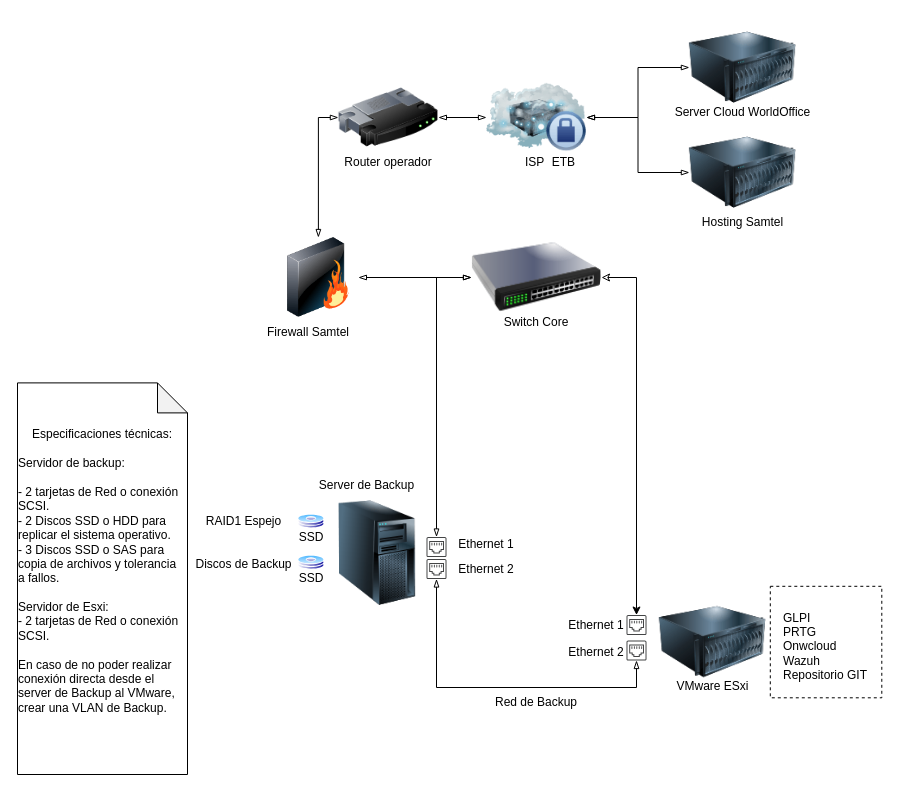
Before: Diagrama sin título.drawio in CodeTechNews/Prototipo, a draw.io diagram. Source tidied: cells renumbered, new cells numbered last; positions are measured from the earlier drawing's top-left corner, leaving out a move shared by most shapes. Both pictures are drawn from the tidied source at 100%, with x=0, y=0 at pixel (17, 17).
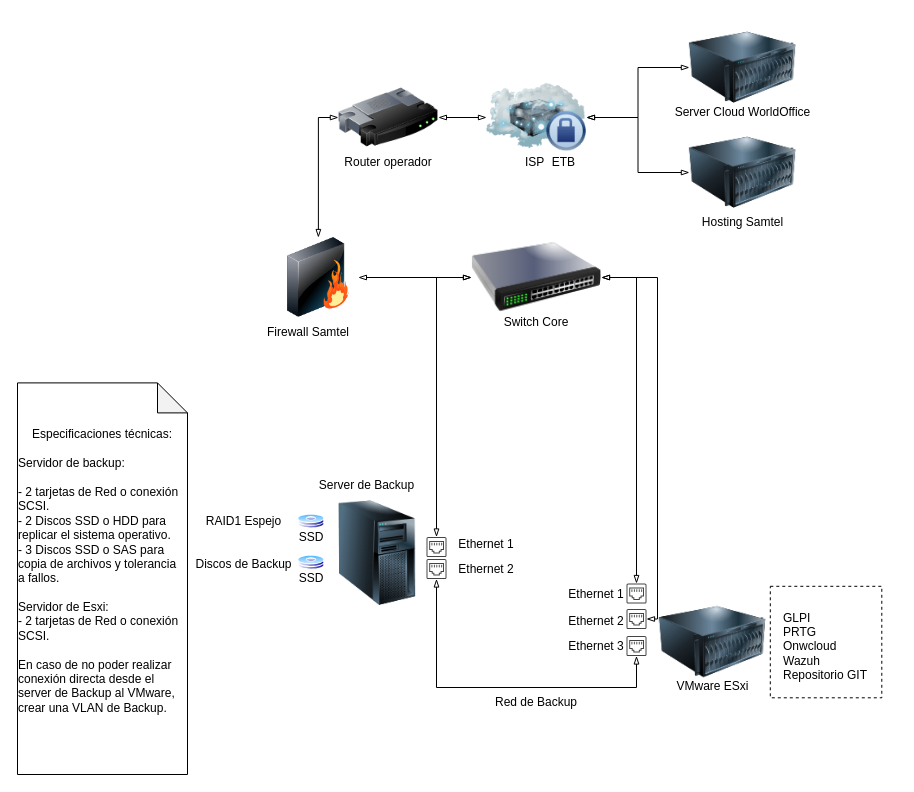
After the change.

The change refers to these unchanged cells:
```xml
<mxCell id="4" style="sketch=0;shadow=0;dashed=0;html=1;strokeColor=none;fillColor=#434445;labelPosition=center;verticalLabelPosition=bottom;verticalAlign=top;align=center;outlineConnect=0;shape=mxgraph.vvd.ethernet_port;" parent="1" vertex="1">
  <mxGeometry x="409" y="541.5" width="20" height="20" as="geometry" />
</mxCell>
<mxCell id="32" style="image;html=1;image=img/lib/clip_art/networking/Switch_128x128.png;" parent="1" vertex="1">
  <mxGeometry x="454" y="210" width="130" height="100" as="geometry" />
</mxCell>
```

Change to the diagram source:
```diff
@@
-    <mxCell id="3" style="edgeStyle=orthogonalEdgeStyle;rounded=0;jettySize=auto;html=1;startArrow=blockThin;startFill=0;endArrow=blockThin;endFill=0;" parent="1" edge="1" source="4" target="6">
+    <mxCell id="3" style="edgeStyle=orthogonalEdgeStyle;rounded=0;jettySize=auto;html=1;startArrow=blockThin;startFill=0;endArrow=blockThin;endFill=0;" parent="1" edge="1" source="4" target="45">
       <mxGeometry relative="1" as="geometry">
         <Array as="points">
           <mxPoint x="419" y="670" />
           <mxPoint x="619" y="670" />
         </Array>
       </mxGeometry>
     </mxCell>
@@
     <mxCell id="5" style="sketch=0;shadow=0;dashed=0;html=1;strokeColor=none;fillColor=#434445;labelPosition=center;verticalLabelPosition=bottom;verticalAlign=top;align=center;outlineConnect=0;shape=mxgraph.vvd.ethernet_port;" parent="1" vertex="1">
-      <mxGeometry x="609" y="597.5" width="20" height="20" as="geometry" />
+      <mxGeometry x="609" y="566" width="20" height="20" as="geometry" />
     </mxCell>
+    <mxCell id="44" style="edgeStyle=orthogonalEdgeStyle;rounded=0;jettySize=auto;html=1;entryX=1;entryY=0.5;entryDx=0;entryDy=0;startArrow=blockThin;startFill=0;endArrow=blockThin;endFill=0;" parent="1" edge="1" source="6" target="32">
+      <mxGeometry relative="1" as="geometry">
+        <Array as="points">
+          <mxPoint x="640" y="602" />
+          <mxPoint x="640" y="260" />
+        </Array>
+      </mxGeometry>
+    </mxCell>
     <mxCell id="6" style="sketch=0;shadow=0;dashed=0;html=1;strokeColor=none;fillColor=#434445;labelPosition=center;verticalLabelPosition=bottom;verticalAlign=top;align=center;outlineConnect=0;shape=mxgraph.vvd.ethernet_port;" parent="1" vertex="1">
-      <mxGeometry x="609" y="623" width="20" height="20" as="geometry" />
+      <mxGeometry x="609" y="591.5" width="20" height="20" as="geometry" />
     </mxCell>
@@
-    <mxCell id="10" style="edgeStyle=orthogonalEdgeStyle;rounded=0;jettySize=auto;html=1;startArrow=classic;startFill=0;exitX=1;exitY=0.5;exitDx=0;exitDy=0;" parent="1" edge="1" source="32" target="5">
+    <mxCell id="10" style="edgeStyle=orthogonalEdgeStyle;rounded=0;jettySize=auto;html=1;startArrow=blockThin;startFill=0;exitX=1;exitY=0.5;exitDx=0;exitDy=0;endArrow=blockThin;endFill=0;" parent="1" edge="1" source="32" target="5">
       <mxGeometry relative="1" as="geometry" />
     </mxCell>
@@
     <mxCell id="15" value="Ethernet 1" style="text;html=1;align=center;verticalAlign=middle;whiteSpace=wrap;rounded=0;" parent="1" vertex="1">
-      <mxGeometry x="549" y="593" width="60" height="30" as="geometry" />
+      <mxGeometry x="549" y="561.5" width="60" height="30" as="geometry" />
     </mxCell>
     <mxCell id="16" value="Ethernet 2" style="text;html=1;align=center;verticalAlign=middle;whiteSpace=wrap;rounded=0;" parent="1" vertex="1">
-      <mxGeometry x="549" y="620" width="60" height="30" as="geometry" />
+      <mxGeometry x="549" y="588.5" width="60" height="30" as="geometry" />
     </mxCell>
@@
+    <mxCell id="45" style="sketch=0;shadow=0;dashed=0;html=1;strokeColor=none;fillColor=#434445;labelPosition=center;verticalLabelPosition=bottom;verticalAlign=top;align=center;outlineConnect=0;shape=mxgraph.vvd.ethernet_port;" parent="1" vertex="1">
+      <mxGeometry x="609" y="618.5" width="20" height="20" as="geometry" />
+    </mxCell>
+    <mxCell id="46" value="Ethernet 3" style="text;html=1;align=center;verticalAlign=middle;whiteSpace=wrap;rounded=0;" parent="1" vertex="1">
+      <mxGeometry x="549" y="613.5" width="60" height="30" as="geometry" />
+    </mxCell>
```
